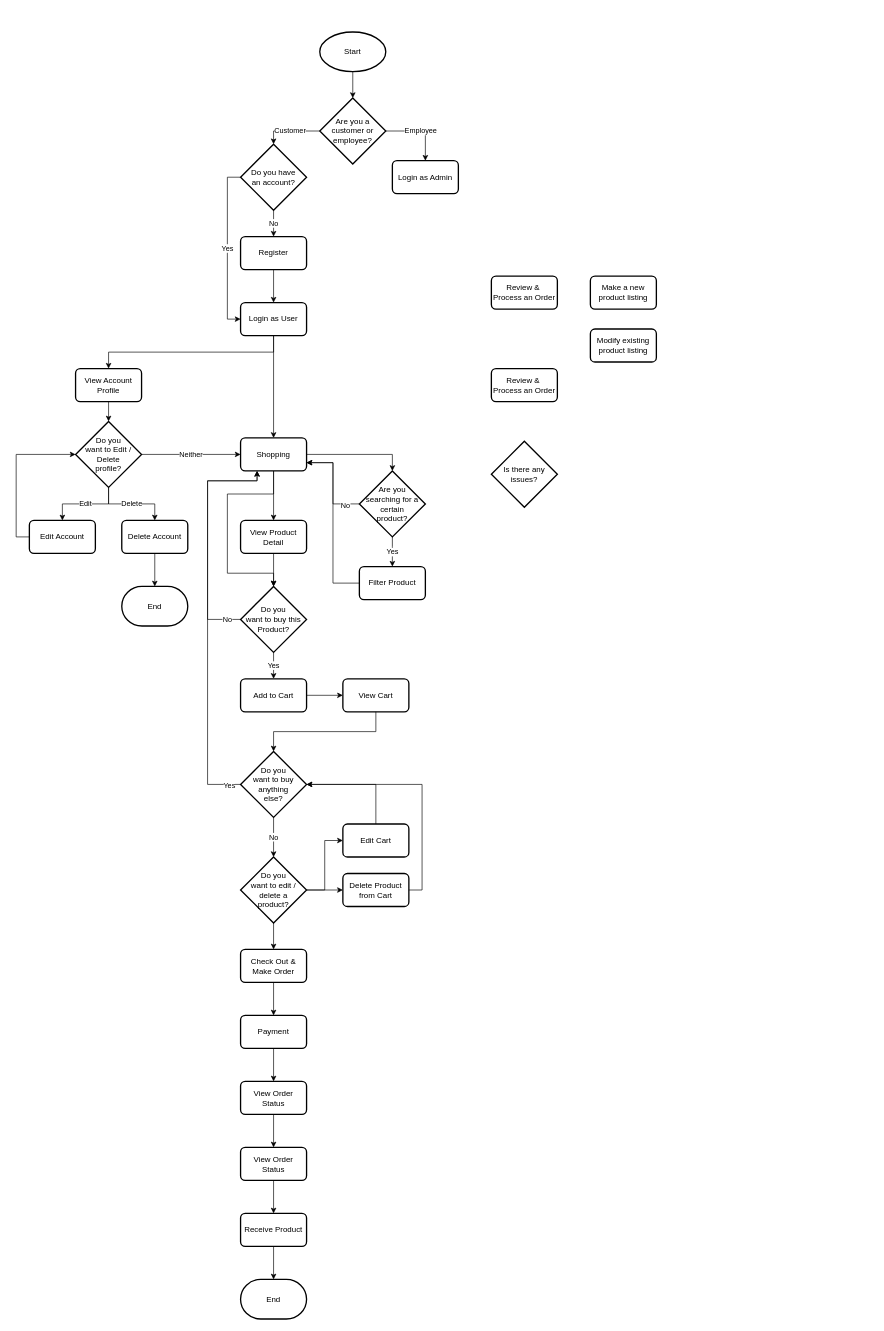
Before: page "Diagram Flow Chart" (2 of 2) of docs/Lumina_ERD.drawio in nicholasreinaldo/LuminaEcommerce, a draw.io diagram. Source tidied: cells renumbered, new cells numbered last; positions are measured from the earlier drawing's top-left corner, leaving out a move shared by most shapes. Both pictures are drawn from the tidied source at 66%, with x=0, y=0 at pixel (29, 32).
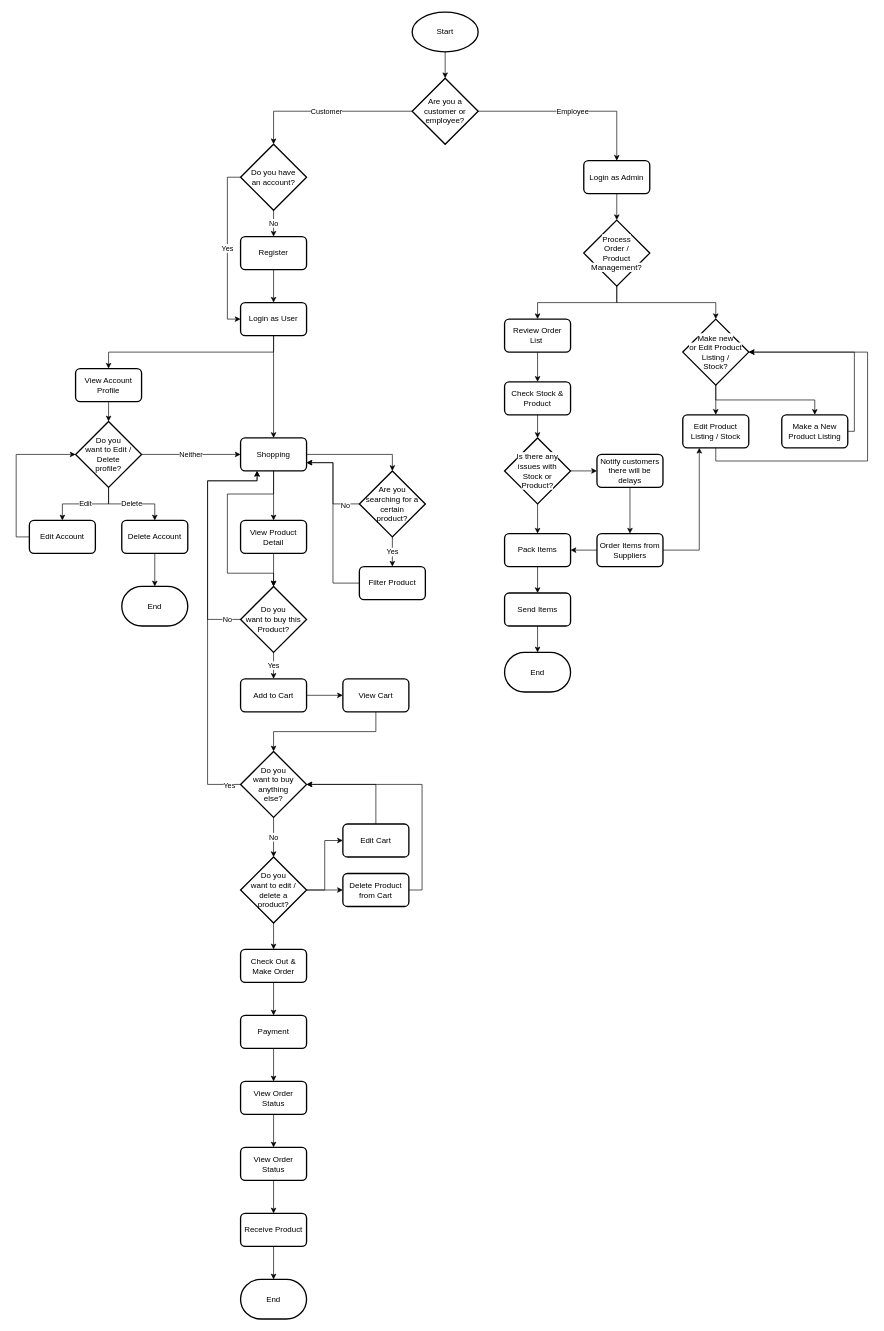
After the change.

The edit, as a diff of the source:
```diff
@@
     <mxCell id="2" value="Start" style="strokeWidth=2;html=1;shape=mxgraph.flowchart.start_1;whiteSpace=wrap;" parent="1" vertex="1">
-      <mxGeometry x="440" width="100" height="60" as="geometry" />
+      <mxGeometry x="580" y="-30" width="100" height="60" as="geometry" />
     </mxCell>
@@
     <mxCell id="4" value="Are you a customer or employee?" style="strokeWidth=2;html=1;shape=mxgraph.flowchart.decision;whiteSpace=wrap;" parent="1" vertex="1">
-      <mxGeometry x="440" y="100" width="100" height="100" as="geometry" />
+      <mxGeometry x="580" y="70" width="100" height="100" as="geometry" />
     </mxCell>
@@
     <mxCell id="10" value="Login as Admin" style="rounded=1;whiteSpace=wrap;html=1;absoluteArcSize=1;arcSize=14;strokeWidth=2;" parent="1" vertex="1">
-      <mxGeometry x="550" y="195" width="100" height="50" as="geometry" />
+      <mxGeometry x="840" y="195" width="100" height="50" as="geometry" />
     </mxCell>
@@
-    <mxCell id="16" value="Make a new product listing" style="rounded=1;whiteSpace=wrap;html=1;absoluteArcSize=1;arcSize=14;strokeWidth=2;" parent="1" vertex="1">
-      <mxGeometry x="850" y="370" width="100" height="50" as="geometry" />
-    </mxCell>
-    <mxCell id="17" value="Modify existing product listing" style="rounded=1;whiteSpace=wrap;html=1;absoluteArcSize=1;arcSize=14;strokeWidth=2;" parent="1" vertex="1">
-      <mxGeometry x="850" y="450" width="100" height="50" as="geometry" />
+    <mxCell id="17" value="Edit Product Listing / Stock" style="rounded=1;whiteSpace=wrap;html=1;absoluteArcSize=1;arcSize=14;strokeWidth=2;" parent="1" vertex="1">
+      <mxGeometry x="990" y="580" width="100" height="50" as="geometry" />
     </mxCell>
-    <mxCell id="18" value="Review &amp;amp;&amp;nbsp;&lt;div&gt;Process an Order&lt;/div&gt;" style="rounded=1;whiteSpace=wrap;html=1;absoluteArcSize=1;arcSize=14;strokeWidth=2;" parent="1" vertex="1">
-      <mxGeometry x="700" y="370" width="100" height="50" as="geometry" />
-    </mxCell>
@@
+    <mxCell id="75" style="edgeStyle=orthogonalEdgeStyle;rounded=0;jettySize=auto;html=1;entryX=0.5;entryY=0;entryDx=0;entryDy=0;" parent="1" edge="1" source="21" target="79">
+      <mxGeometry relative="1" as="geometry" />
+    </mxCell>
-    <mxCell id="21" value="Review &amp;amp;&amp;nbsp;&lt;div&gt;Process an Order&lt;/div&gt;" style="rounded=1;whiteSpace=wrap;html=1;absoluteArcSize=1;arcSize=14;strokeWidth=2;" parent="1" vertex="1">
-      <mxGeometry x="700" y="510" width="100" height="50" as="geometry" />
+    <mxCell id="21" value="Review Order List&amp;nbsp;" style="rounded=1;whiteSpace=wrap;html=1;absoluteArcSize=1;arcSize=14;strokeWidth=2;" parent="1" vertex="1">
+      <mxGeometry x="720" y="435" width="100" height="50" as="geometry" />
     </mxCell>
-    <mxCell id="22" value="Is there any issues?" style="strokeWidth=2;html=1;shape=mxgraph.flowchart.decision;whiteSpace=wrap;" parent="1" vertex="1">
-      <mxGeometry x="700" y="620" width="100" height="100" as="geometry" />
-    </mxCell>
@@
+    <mxCell id="76" style="edgeStyle=orthogonalEdgeStyle;rounded=0;jettySize=auto;html=1;exitX=0.5;exitY=1;exitDx=0;exitDy=0;exitPerimeter=0;entryX=0.5;entryY=0;entryDx=0;entryDy=0;" parent="1" edge="1" source="78" target="81">
+      <mxGeometry relative="1" as="geometry" />
+    </mxCell>
+    <mxCell id="77" style="edgeStyle=orthogonalEdgeStyle;rounded=0;jettySize=auto;html=1;exitX=1;exitY=0.5;exitDx=0;exitDy=0;exitPerimeter=0;entryX=0;entryY=0.5;entryDx=0;entryDy=0;" parent="1" edge="1" source="78" target="87">
+      <mxGeometry relative="1" as="geometry" />
+    </mxCell>
+    <mxCell id="78" value="&lt;span style=&quot;background-color: rgb(255, 255, 255);&quot;&gt;Is there any issues with &lt;br&gt;Stock or &lt;br&gt;Product?&lt;/span&gt;" style="strokeWidth=2;html=1;shape=mxgraph.flowchart.decision;whiteSpace=wrap;" parent="1" vertex="1">
+      <mxGeometry x="720" y="615" width="100" height="100" as="geometry" />
+    </mxCell>
+    <mxCell id="79" value="Check Stock &amp;amp; Product" style="rounded=1;whiteSpace=wrap;html=1;absoluteArcSize=1;arcSize=14;strokeWidth=2;" parent="1" vertex="1">
+      <mxGeometry x="720" y="530" width="100" height="50" as="geometry" />
+    </mxCell>
+    <mxCell id="80" style="edgeStyle=orthogonalEdgeStyle;rounded=0;jettySize=auto;html=1;exitX=0.5;exitY=1;exitDx=0;exitDy=0;entryX=0.5;entryY=0;entryDx=0;entryDy=0;" parent="1" edge="1" source="81" target="83">
+      <mxGeometry relative="1" as="geometry" />
+    </mxCell>
+    <mxCell id="81" value="Pack Items" style="rounded=1;whiteSpace=wrap;html=1;absoluteArcSize=1;arcSize=14;strokeWidth=2;" parent="1" vertex="1">
+      <mxGeometry x="720" y="760" width="100" height="50" as="geometry" />
+    </mxCell>
+    <mxCell id="82" style="edgeStyle=orthogonalEdgeStyle;rounded=0;jettySize=auto;html=1;exitX=0.5;exitY=1;exitDx=0;exitDy=0;entryX=0.5;entryY=0;entryDx=0;entryDy=0;entryPerimeter=0;" parent="1" edge="1" source="79" target="78">
+      <mxGeometry relative="1" as="geometry" />
+    </mxCell>
+    <mxCell id="83" value="Send Items" style="rounded=1;whiteSpace=wrap;html=1;absoluteArcSize=1;arcSize=14;strokeWidth=2;" parent="1" vertex="1">
+      <mxGeometry x="720" y="850" width="100" height="50" as="geometry" />
+    </mxCell>
+    <mxCell id="84" value="End" style="strokeWidth=2;html=1;shape=mxgraph.flowchart.terminator;whiteSpace=wrap;" parent="1" vertex="1">
+      <mxGeometry x="720" y="940" width="100" height="60" as="geometry" />
+    </mxCell>
+    <mxCell id="85" style="edgeStyle=orthogonalEdgeStyle;rounded=0;jettySize=auto;html=1;exitX=0.5;exitY=1;exitDx=0;exitDy=0;entryX=0.5;entryY=0;entryDx=0;entryDy=0;entryPerimeter=0;" parent="1" edge="1" source="83" target="84">
+      <mxGeometry relative="1" as="geometry" />
+    </mxCell>
+    <mxCell id="86" style="edgeStyle=orthogonalEdgeStyle;rounded=0;jettySize=auto;html=1;exitX=0.5;exitY=1;exitDx=0;exitDy=0;entryX=0.5;entryY=0;entryDx=0;entryDy=0;" parent="1" edge="1" source="87" target="90">
+      <mxGeometry relative="1" as="geometry" />
+    </mxCell>
+    <mxCell id="87" value="Notify customers there will be delays" style="rounded=1;whiteSpace=wrap;html=1;absoluteArcSize=1;arcSize=14;strokeWidth=2;" parent="1" vertex="1">
+      <mxGeometry x="860" y="640" width="100" height="50" as="geometry" />
+    </mxCell>
+    <mxCell id="88" style="edgeStyle=orthogonalEdgeStyle;rounded=0;jettySize=auto;html=1;exitX=0;exitY=0.5;exitDx=0;exitDy=0;entryX=1;entryY=0.5;entryDx=0;entryDy=0;" parent="1" edge="1" source="90" target="81">
+      <mxGeometry relative="1" as="geometry" />
+    </mxCell>
+    <mxCell id="89" style="edgeStyle=orthogonalEdgeStyle;rounded=0;jettySize=auto;html=1;exitX=1;exitY=0.5;exitDx=0;exitDy=0;entryX=0.25;entryY=1;entryDx=0;entryDy=0;" parent="1" edge="1" source="90" target="17">
+      <mxGeometry relative="1" as="geometry" />
+    </mxCell>
+    <mxCell id="90" value="Order Items from Suppliers" style="rounded=1;whiteSpace=wrap;html=1;absoluteArcSize=1;arcSize=14;strokeWidth=2;" parent="1" vertex="1">
+      <mxGeometry x="860" y="760" width="100" height="50" as="geometry" />
+    </mxCell>
+    <mxCell id="91" value="Make a New Product Listing" style="rounded=1;whiteSpace=wrap;html=1;absoluteArcSize=1;arcSize=14;strokeWidth=2;" parent="1" vertex="1">
+      <mxGeometry x="1140" y="580" width="100" height="50" as="geometry" />
+    </mxCell>
+    <mxCell id="92" style="edgeStyle=orthogonalEdgeStyle;rounded=0;jettySize=auto;html=1;exitX=0.5;exitY=1;exitDx=0;exitDy=0;exitPerimeter=0;entryX=0.5;entryY=0;entryDx=0;entryDy=0;" parent="1" edge="1" source="94" target="91">
+      <mxGeometry relative="1" as="geometry" />
+    </mxCell>
+    <mxCell id="93" style="edgeStyle=orthogonalEdgeStyle;rounded=0;jettySize=auto;html=1;exitX=0.5;exitY=1;exitDx=0;exitDy=0;exitPerimeter=0;entryX=0.5;entryY=0;entryDx=0;entryDy=0;" parent="1" edge="1" source="94" target="17">
+      <mxGeometry relative="1" as="geometry" />
+    </mxCell>
+    <mxCell id="94" value="&lt;span style=&quot;background-color: rgb(255, 255, 255);&quot;&gt;Make new &lt;br&gt;or Edit Product Listing / &lt;br&gt;Stock?&lt;/span&gt;" style="strokeWidth=2;html=1;shape=mxgraph.flowchart.decision;whiteSpace=wrap;" parent="1" vertex="1">
+      <mxGeometry x="990" y="435" width="100" height="100" as="geometry" />
+    </mxCell>
+    <mxCell id="95" style="edgeStyle=orthogonalEdgeStyle;rounded=0;jettySize=auto;html=1;exitX=1;exitY=0.5;exitDx=0;exitDy=0;entryX=1;entryY=0.5;entryDx=0;entryDy=0;entryPerimeter=0;" parent="1" edge="1" source="91" target="94">
+      <mxGeometry relative="1" as="geometry">
+        <Array as="points">
+          <mxPoint x="1250" y="605" />
+          <mxPoint x="1250" y="485" />
+        </Array>
+      </mxGeometry>
+    </mxCell>
+    <mxCell id="96" style="edgeStyle=orthogonalEdgeStyle;rounded=0;jettySize=auto;html=1;exitX=0.5;exitY=1;exitDx=0;exitDy=0;entryX=1;entryY=0.5;entryDx=0;entryDy=0;entryPerimeter=0;" parent="1" edge="1" source="17" target="94">
+      <mxGeometry relative="1" as="geometry">
+        <Array as="points">
+          <mxPoint x="1040" y="650" />
+          <mxPoint x="1270" y="650" />
+          <mxPoint x="1270" y="485" />
+        </Array>
+      </mxGeometry>
+    </mxCell>
+    <mxCell id="97" style="edgeStyle=orthogonalEdgeStyle;rounded=0;jettySize=auto;html=1;exitX=0.5;exitY=1;exitDx=0;exitDy=0;exitPerimeter=0;" parent="1" edge="1" source="99" target="94">
+      <mxGeometry relative="1" as="geometry" />
+    </mxCell>
+    <mxCell id="98" style="edgeStyle=orthogonalEdgeStyle;rounded=0;jettySize=auto;html=1;exitX=0.5;exitY=1;exitDx=0;exitDy=0;exitPerimeter=0;entryX=0.5;entryY=0;entryDx=0;entryDy=0;" parent="1" edge="1" source="99" target="21">
+      <mxGeometry relative="1" as="geometry" />
+    </mxCell>
+    <mxCell id="99" value="&lt;span style=&quot;background-color: rgb(255, 255, 255);&quot;&gt;Process &lt;br&gt;Order /&lt;br&gt;Product &lt;br&gt;Management?&lt;/span&gt;" style="strokeWidth=2;html=1;shape=mxgraph.flowchart.decision;whiteSpace=wrap;" parent="1" vertex="1">
+      <mxGeometry x="840" y="285" width="100" height="100" as="geometry" />
+    </mxCell>
+    <mxCell id="100" style="edgeStyle=orthogonalEdgeStyle;rounded=0;jettySize=auto;html=1;exitX=0.5;exitY=1;exitDx=0;exitDy=0;entryX=0.5;entryY=0;entryDx=0;entryDy=0;entryPerimeter=0;" parent="1" edge="1" source="10" target="99">
+      <mxGeometry relative="1" as="geometry" />
+    </mxCell>
```
